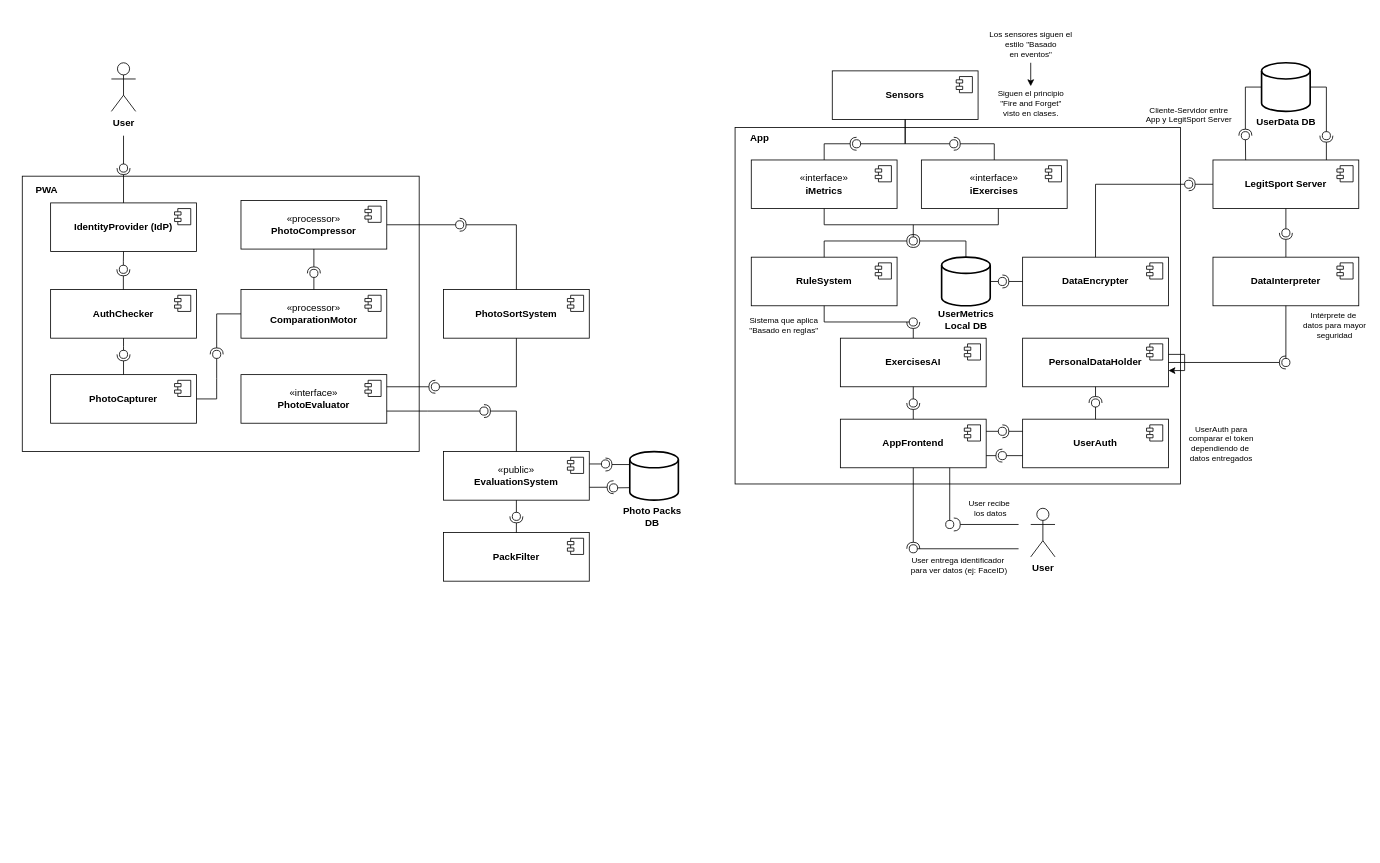
Above: Diagrama sin título.drawio in dgolzm/E1-2024-2 (draw.io), before the change. Source tidied: cells renumbered, new cells numbered last; positions are measured from the earlier drawing's top-left corner, leaving out a move shared by most shapes. Both pictures are drawn from the tidied source at 81%, with x=0, y=0 at pixel (14, 14).
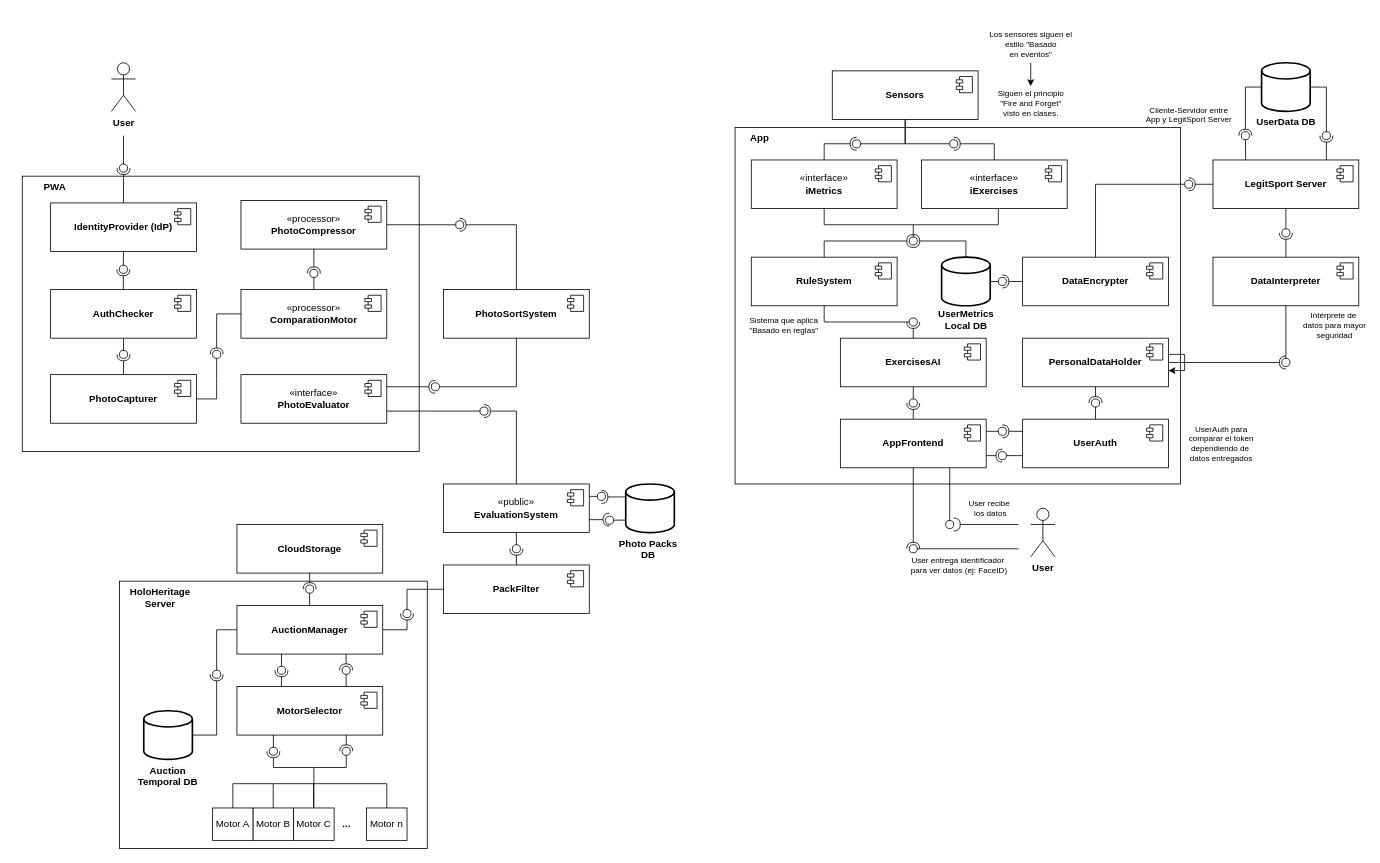
After the change.

What changed in the source:
```diff
@@
+    <mxCell id="139" style="html=1;whiteSpace=wrap;" parent="1" vertex="1">
+      <mxGeometry x="130" y="700" width="380" height="330" as="geometry" />
+    </mxCell>
@@
     <mxCell id="119" style="strokeWidth=2;html=1;shape=mxgraph.flowchart.database;whiteSpace=wrap;" parent="1" vertex="1">
-      <mxGeometry x="760" y="540" width="60" height="60" as="geometry" />
+      <mxGeometry x="755" y="580" width="60" height="60" as="geometry" />
     </mxCell>
     <mxCell id="120" style="rounded=0;orthogonalLoop=1;jettySize=auto;html=1;endArrow=oval;endFill=0;sketch=0;sourcePerimeterSpacing=0;targetPerimeterSpacing=0;endSize=10;exitX=1;exitY=0.25;exitDx=0;exitDy=0;" parent="1" edge="1">
       <mxGeometry relative="1" as="geometry">
-        <mxPoint x="710" y="555.3" as="sourcePoint" />
-        <mxPoint x="730" y="555.3" as="targetPoint" />
+        <mxPoint x="705" y="595.3" as="sourcePoint" />
+        <mxPoint x="725" y="595.3" as="targetPoint" />
         <Array as="points">
-          <mxPoint x="730" y="555.3" />
+          <mxPoint x="725" y="595.3" />
         </Array>
       </mxGeometry>
     </mxCell>
     <mxCell id="121" style="rounded=0;jettySize=auto;html=1;endArrow=halfCircle;endFill=0;endSize=6;strokeWidth=1;sketch=0;exitX=0;exitY=0.267;exitDx=0;exitDy=0;exitPerimeter=0;" parent="1" edge="1" source="119">
       <mxGeometry relative="1" as="geometry">
-        <mxPoint x="730" y="556" as="targetPoint" />
+        <mxPoint x="725" y="596" as="targetPoint" />
       </mxGeometry>
     </mxCell>
     <mxCell id="122" style="rounded=0;jettySize=auto;html=1;endArrow=oval;endFill=0;sketch=0;sourcePerimeterSpacing=0;targetPerimeterSpacing=0;endSize=10;exitX=-0.014;exitY=0.743;exitDx=0;exitDy=0;exitPerimeter=0;" parent="1" edge="1" source="119">
       <mxGeometry relative="1" as="geometry">
-        <mxPoint x="740" y="584.8" as="targetPoint" />
+        <mxPoint x="735" y="624.8" as="targetPoint" />
         <Array as="points">
-          <mxPoint x="740" y="584.8" />
+          <mxPoint x="735" y="624.8" />
         </Array>
       </mxGeometry>
     </mxCell>
     <mxCell id="123" style="rounded=0;orthogonalLoop=1;jettySize=auto;html=1;endArrow=halfCircle;endFill=0;endSize=6;strokeWidth=1;sketch=0;exitX=1;exitY=0.729;exitDx=0;exitDy=0;exitPerimeter=0;" parent="1" edge="1">
       <mxGeometry relative="1" as="geometry">
-        <mxPoint x="710" y="584.1" as="sourcePoint" />
-        <mxPoint x="740" y="584" as="targetPoint" />
+        <mxPoint x="705" y="624.1" as="sourcePoint" />
+        <mxPoint x="735" y="624" as="targetPoint" />
       </mxGeometry>
     </mxCell>
     <mxCell id="124" value="&lt;div&gt;«public»&lt;br&gt;&lt;/div&gt;&lt;b&gt;EvaluationSystem&lt;/b&gt;" style="html=1;whiteSpace=wrap;" parent="1" vertex="1">
-      <mxGeometry x="530" y="540" width="180" height="60" as="geometry" />
+      <mxGeometry x="530" y="580" width="180" height="60" as="geometry" />
     </mxCell>
@@
     <mxCell id="127" value="PWA" style="text;align=center;fontStyle=1;verticalAlign=middle;spacingLeft=3;spacingRight=3;strokeColor=none;html=1;" parent="1" vertex="1">
-      <mxGeometry y="204" width="80" height="26" as="geometry" />
+      <mxGeometry x="10" y="200" width="80" height="26" as="geometry" />
     </mxCell>
     <mxCell id="128" value="&lt;b&gt;PackFilter&lt;/b&gt;" style="html=1;whiteSpace=wrap;" parent="1" vertex="1">
-      <mxGeometry x="530" y="640" width="180" height="60" as="geometry" />
+      <mxGeometry x="530" y="680" width="180" height="60" as="geometry" />
     </mxCell>
@@
     <mxCell id="130" style="rounded=0;jettySize=auto;html=1;endArrow=halfCircle;endFill=0;endSize=6;strokeWidth=1;sketch=0;exitX=0.5;exitY=0;exitDx=0;exitDy=0;" parent="1" edge="1" source="128">
       <mxGeometry relative="1" as="geometry">
-        <mxPoint x="620" y="620" as="targetPoint" />
+        <mxPoint x="620" y="660" as="targetPoint" />
         <Array as="points">
-          <mxPoint x="620" y="620" />
+          <mxPoint x="620" y="660" />
         </Array>
       </mxGeometry>
     </mxCell>
     <mxCell id="131" style="rounded=0;jettySize=auto;html=1;endArrow=oval;endFill=0;sketch=0;sourcePerimeterSpacing=0;targetPerimeterSpacing=0;endSize=10;exitX=0.5;exitY=1;exitDx=0;exitDy=0;" parent="1" edge="1" source="124">
       <mxGeometry relative="1" as="geometry">
-        <mxPoint x="620" y="620" as="targetPoint" />
+        <mxPoint x="620" y="660" as="targetPoint" />
       </mxGeometry>
     </mxCell>
     <mxCell id="132" value="&lt;div style=&quot;text-align: center;&quot;&gt;&lt;span style=&quot;text-wrap: nowrap;&quot;&gt;&lt;b&gt;Photo Packs&lt;/b&gt;&lt;/span&gt;&lt;/div&gt;&lt;div style=&quot;text-align: center;&quot;&gt;&lt;span style=&quot;text-wrap: nowrap;&quot;&gt;&lt;b&gt;DB&lt;/b&gt;&lt;/span&gt;&lt;/div&gt;" style="text;whiteSpace=wrap;html=1;" parent="1" vertex="1">
-      <mxGeometry x="750" y="600" width="60" height="40" as="geometry" />
+      <mxGeometry x="745" y="640" width="60" height="40" as="geometry" />
     </mxCell>
@@
+    <mxCell id="140" style="rounded=0;jettySize=auto;html=1;endArrow=halfCircle;endFill=0;endSize=6;strokeWidth=1;sketch=0;exitX=1;exitY=0.5;exitDx=0;exitDy=0;" parent="1" edge="1" source="142">
+      <mxGeometry relative="1" as="geometry">
+        <mxPoint x="485" y="740" as="targetPoint" />
+        <Array as="points">
+          <mxPoint x="485" y="760" />
+        </Array>
+      </mxGeometry>
+    </mxCell>
+    <mxCell id="141" style="rounded=0;jettySize=auto;html=1;endArrow=oval;endFill=0;sketch=0;sourcePerimeterSpacing=0;targetPerimeterSpacing=0;endSize=10;exitX=0;exitY=0.5;exitDx=0;exitDy=0;" parent="1" edge="1" source="128">
+      <mxGeometry relative="1" as="geometry">
+        <mxPoint x="485" y="740" as="targetPoint" />
+        <Array as="points">
+          <mxPoint x="485" y="710" />
+        </Array>
+      </mxGeometry>
+    </mxCell>
+    <mxCell id="142" value="&lt;b&gt;AuctionManager&lt;/b&gt;" style="html=1;whiteSpace=wrap;" parent="1" vertex="1">
+      <mxGeometry x="275" y="730" width="180" height="60" as="geometry" />
+    </mxCell>
+    <mxCell id="143" style="shape=module;jettyWidth=8;jettyHeight=4;" parent="142" vertex="1">
+      <mxGeometry x="1" width="20" height="20" relative="1" as="geometry">
+        <mxPoint x="-27" y="7" as="offset" />
+      </mxGeometry>
+    </mxCell>
+    <mxCell id="144" style="strokeWidth=2;html=1;shape=mxgraph.flowchart.database;whiteSpace=wrap;" parent="1" vertex="1">
+      <mxGeometry x="160" y="860" width="60" height="60" as="geometry" />
+    </mxCell>
+    <mxCell id="145" style="rounded=0;jettySize=auto;html=1;endArrow=halfCircle;endFill=0;endSize=6;strokeWidth=1;sketch=0;exitX=1;exitY=0.5;exitDx=0;exitDy=0;exitPerimeter=0;" parent="1" edge="1" source="144" target="147">
+      <mxGeometry relative="1" as="geometry">
+        <Array as="points">
+          <mxPoint x="250" y="890" />
+        </Array>
+      </mxGeometry>
+    </mxCell>
+    <mxCell id="146" style="rounded=0;jettySize=auto;html=1;endArrow=oval;endFill=0;sketch=0;sourcePerimeterSpacing=0;targetPerimeterSpacing=0;endSize=10;exitX=0;exitY=0.5;exitDx=0;exitDy=0;" parent="1" edge="1" source="142" target="147">
+      <mxGeometry relative="1" as="geometry">
+        <Array as="points">
+          <mxPoint x="250" y="760" />
+        </Array>
+      </mxGeometry>
+    </mxCell>
+    <mxCell id="147" style="ellipse;whiteSpace=wrap;html=1;align=center;fillColor=none;strokeColor=none;perimeter=centerPerimeter;points=[];outlineConnect=1;" parent="1" vertex="1">
+      <mxGeometry x="245" y="810" width="10" height="10" as="geometry" />
+    </mxCell>
+    <mxCell id="148" value="&lt;b style=&quot;forced-color-adjust: none; color: rgb(0, 0, 0); font-family: Helvetica; font-size: 12px; font-style: normal; font-variant-ligatures: normal; font-variant-caps: normal; letter-spacing: normal; orphans: 2; text-indent: 0px; text-transform: none; widows: 2; word-spacing: 0px; -webkit-text-stroke-width: 0px; white-space: normal; background-color: rgb(251, 251, 251); text-decoration-thickness: initial; text-decoration-style: initial; text-decoration-color: initial;&quot;&gt;Auction&lt;/b&gt;&lt;div&gt;&lt;b style=&quot;forced-color-adjust: none; color: rgb(0, 0, 0); font-family: Helvetica; font-size: 12px; font-style: normal; font-variant-ligatures: normal; font-variant-caps: normal; letter-spacing: normal; orphans: 2; text-indent: 0px; text-transform: none; widows: 2; word-spacing: 0px; -webkit-text-stroke-width: 0px; white-space: normal; background-color: rgb(251, 251, 251); text-decoration-thickness: initial; text-decoration-style: initial; text-decoration-color: initial;&quot;&gt;Temporal DB&lt;/b&gt;&lt;/div&gt;" style="text;whiteSpace=wrap;html=1;align=center;" parent="1" vertex="1">
+      <mxGeometry x="140" y="920" width="100" height="40" as="geometry" />
+    </mxCell>
+    <mxCell id="149" value="HoloHeritage&lt;div&gt;Server&lt;/div&gt;" style="text;align=center;fontStyle=1;verticalAlign=middle;spacingLeft=3;spacingRight=3;strokeColor=none;html=1;" parent="1" vertex="1">
+      <mxGeometry x="130" y="700" width="100" height="40" as="geometry" />
+    </mxCell>
+    <mxCell id="150" value="&lt;b&gt;MotorSelector&lt;/b&gt;" style="html=1;whiteSpace=wrap;" parent="1" vertex="1">
+      <mxGeometry x="275" y="830" width="180" height="60" as="geometry" />
+    </mxCell>
+    <mxCell id="151" style="shape=module;jettyWidth=8;jettyHeight=4;" parent="150" vertex="1">
+      <mxGeometry x="1" width="20" height="20" relative="1" as="geometry">
+        <mxPoint x="-27" y="7" as="offset" />
+      </mxGeometry>
+    </mxCell>
+    <mxCell id="152" style="rounded=0;orthogonalLoop=1;jettySize=auto;html=1;endArrow=oval;endFill=0;sketch=0;sourcePerimeterSpacing=0;targetPerimeterSpacing=0;endSize=10;exitX=0.5;exitY=1;exitDx=0;exitDy=0;" parent="1" edge="1">
+      <mxGeometry relative="1" as="geometry">
+        <mxPoint x="330" y="790" as="sourcePoint" />
+        <mxPoint x="330" y="810" as="targetPoint" />
+      </mxGeometry>
+    </mxCell>
+    <mxCell id="153" style="rounded=0;orthogonalLoop=1;jettySize=auto;html=1;endArrow=halfCircle;endFill=0;endSize=6;strokeWidth=1;sketch=0;exitX=0.5;exitY=0;exitDx=0;exitDy=0;" parent="1" edge="1">
+      <mxGeometry relative="1" as="geometry">
+        <mxPoint x="330" y="830" as="sourcePoint" />
+        <mxPoint x="330" y="810" as="targetPoint" />
+        <Array as="points">
+          <mxPoint x="330" y="810" />
+        </Array>
+      </mxGeometry>
+    </mxCell>
+    <mxCell id="154" style="ellipse;whiteSpace=wrap;html=1;align=center;fillColor=none;strokeColor=none;perimeter=centerPerimeter;" parent="1" vertex="1">
+      <mxGeometry x="505" y="790" width="10" height="10" as="geometry" />
+    </mxCell>
+    <mxCell id="155" style="endArrow=none;html=1;rounded=0;" parent="1" edge="1">
+      <mxGeometry relative="1" as="geometry">
+        <mxPoint x="270" y="950" as="sourcePoint" />
+        <mxPoint x="460" y="950" as="targetPoint" />
+      </mxGeometry>
+    </mxCell>
+    <mxCell id="156" value="Motor A" style="html=1;whiteSpace=wrap;" parent="1" vertex="1">
+      <mxGeometry x="245" y="980" width="50" height="40" as="geometry" />
+    </mxCell>
+    <mxCell id="157" value="Motor B" style="html=1;whiteSpace=wrap;" parent="1" vertex="1">
+      <mxGeometry x="295" y="980" width="50" height="40" as="geometry" />
+    </mxCell>
+    <mxCell id="158" value="Motor C" style="html=1;whiteSpace=wrap;" parent="1" vertex="1">
+      <mxGeometry x="345" y="980" width="50" height="40" as="geometry" />
+    </mxCell>
+    <mxCell id="159" value="..." style="text;align=center;fontStyle=1;verticalAlign=middle;spacingLeft=3;spacingRight=3;strokeColor=none;html=1;" parent="1" vertex="1">
+      <mxGeometry x="370" y="987" width="80" height="26" as="geometry" />
+    </mxCell>
+    <mxCell id="160" value="Motor n" style="html=1;whiteSpace=wrap;" parent="1" vertex="1">
+      <mxGeometry x="435" y="980" width="50" height="40" as="geometry" />
+    </mxCell>
+    <mxCell id="161" style="endArrow=none;html=1;rounded=0;exitX=0.5;exitY=0;exitDx=0;exitDy=0;" parent="1" edge="1" source="156">
+      <mxGeometry relative="1" as="geometry">
+        <mxPoint x="270" y="950" as="targetPoint" />
+      </mxGeometry>
+    </mxCell>
+    <mxCell id="162" style="endArrow=none;html=1;rounded=0;exitX=0.5;exitY=0;exitDx=0;exitDy=0;" parent="1" edge="1" source="160">
+      <mxGeometry relative="1" as="geometry">
+        <mxPoint x="460" y="950" as="targetPoint" />
+      </mxGeometry>
+    </mxCell>
+    <mxCell id="163" style="endArrow=none;html=1;rounded=0;exitX=0.5;exitY=0;exitDx=0;exitDy=0;" parent="1" edge="1">
+      <mxGeometry relative="1" as="geometry">
+        <mxPoint x="369.6" y="980" as="sourcePoint" />
+        <mxPoint x="369.6" y="950" as="targetPoint" />
+      </mxGeometry>
+    </mxCell>
+    <mxCell id="164" style="endArrow=none;html=1;rounded=0;exitX=0.5;exitY=0;exitDx=0;exitDy=0;" parent="1" edge="1">
+      <mxGeometry relative="1" as="geometry">
+        <mxPoint x="319.8" y="980" as="sourcePoint" />
+        <mxPoint x="319.8" y="950" as="targetPoint" />
+      </mxGeometry>
+    </mxCell>
+    <mxCell id="165" style="endArrow=none;html=1;rounded=0;" parent="1" edge="1">
+      <mxGeometry relative="1" as="geometry">
+        <mxPoint x="370" y="980" as="sourcePoint" />
+        <mxPoint x="370" y="930" as="targetPoint" />
+      </mxGeometry>
+    </mxCell>
+    <mxCell id="166" style="endArrow=none;html=1;rounded=0;" parent="1" edge="1">
+      <mxGeometry relative="1" as="geometry">
+        <mxPoint x="320" y="930" as="sourcePoint" />
+        <mxPoint x="410" y="930" as="targetPoint" />
+      </mxGeometry>
+    </mxCell>
+    <mxCell id="167" style="rounded=0;orthogonalLoop=1;jettySize=auto;html=1;endArrow=halfCircle;endFill=0;endSize=6;strokeWidth=1;sketch=0;" parent="1" edge="1">
+      <mxGeometry relative="1" as="geometry">
+        <mxPoint x="320" y="930" as="sourcePoint" />
+        <mxPoint x="320" y="910" as="targetPoint" />
+      </mxGeometry>
+    </mxCell>
+    <mxCell id="168" style="rounded=0;jettySize=auto;html=1;endArrow=oval;endFill=0;sketch=0;sourcePerimeterSpacing=0;targetPerimeterSpacing=0;endSize=10;exitX=0.25;exitY=1;exitDx=0;exitDy=0;" parent="1" edge="1" source="150">
+      <mxGeometry relative="1" as="geometry">
+        <mxPoint x="320" y="910" as="targetPoint" />
+      </mxGeometry>
+    </mxCell>
+    <mxCell id="169" style="rounded=0;jettySize=auto;html=1;endArrow=halfCircle;endFill=0;endSize=6;strokeWidth=1;sketch=0;exitX=0.75;exitY=1;exitDx=0;exitDy=0;" parent="1" edge="1" source="150">
+      <mxGeometry relative="1" as="geometry">
+        <mxPoint x="410" y="910" as="targetPoint" />
+      </mxGeometry>
+    </mxCell>
+    <mxCell id="170" style="rounded=0;orthogonalLoop=1;jettySize=auto;html=1;endArrow=oval;endFill=0;sketch=0;sourcePerimeterSpacing=0;targetPerimeterSpacing=0;endSize=10;" parent="1" edge="1">
+      <mxGeometry relative="1" as="geometry">
+        <mxPoint x="410" y="930" as="sourcePoint" />
+        <mxPoint x="410" y="910" as="targetPoint" />
+      </mxGeometry>
+    </mxCell>
+    <mxCell id="171" style="ellipse;whiteSpace=wrap;html=1;align=center;fillColor=none;strokeColor=none;perimeter=centerPerimeter;" parent="1" vertex="1">
+      <mxGeometry x="165" y="930" width="10" height="10" as="geometry" />
+    </mxCell>
+    <mxCell id="172" style="rounded=0;orthogonalLoop=1;jettySize=auto;html=1;endArrow=oval;endFill=0;sketch=0;sourcePerimeterSpacing=0;targetPerimeterSpacing=0;endSize=10;exitX=0.722;exitY=0.007;exitDx=0;exitDy=0;exitPerimeter=0;" parent="1" edge="1">
+      <mxGeometry relative="1" as="geometry">
+        <mxPoint x="364.7" y="730.2" as="sourcePoint" />
+        <mxPoint x="364.8" y="709.8" as="targetPoint" />
+      </mxGeometry>
+    </mxCell>
+    <mxCell id="173" style="rounded=0;orthogonalLoop=1;jettySize=auto;html=1;endArrow=halfCircle;endFill=0;endSize=6;strokeWidth=1;sketch=0;" parent="1" edge="1">
+      <mxGeometry relative="1" as="geometry">
+        <mxPoint x="364.8" y="689.8" as="sourcePoint" />
+        <mxPoint x="364.8" y="709.8" as="targetPoint" />
+        <Array as="points">
+          <mxPoint x="364.8" y="709.8" />
+        </Array>
+      </mxGeometry>
+    </mxCell>
+    <mxCell id="174" value="&lt;b&gt;CloudStorage&lt;/b&gt;" style="html=1;whiteSpace=wrap;" parent="1" vertex="1">
+      <mxGeometry x="275" y="630" width="180" height="60" as="geometry" />
+    </mxCell>
+    <mxCell id="175" style="shape=module;jettyWidth=8;jettyHeight=4;" parent="174" vertex="1">
+      <mxGeometry x="1" width="20" height="20" relative="1" as="geometry">
+        <mxPoint x="-27" y="7" as="offset" />
+      </mxGeometry>
+    </mxCell>
+    <mxCell id="176" style="rounded=0;orthogonalLoop=1;jettySize=auto;html=1;endArrow=oval;endFill=0;sketch=0;sourcePerimeterSpacing=0;targetPerimeterSpacing=0;endSize=10;exitX=0.722;exitY=0.007;exitDx=0;exitDy=0;exitPerimeter=0;" parent="1" edge="1">
+      <mxGeometry relative="1" as="geometry">
+        <mxPoint x="409.8" y="830.4" as="sourcePoint" />
+        <mxPoint x="409.8" y="810" as="targetPoint" />
+      </mxGeometry>
+    </mxCell>
+    <mxCell id="177" style="rounded=0;orthogonalLoop=1;jettySize=auto;html=1;endArrow=halfCircle;endFill=0;endSize=6;strokeWidth=1;sketch=0;" parent="1" edge="1">
+      <mxGeometry relative="1" as="geometry">
+        <mxPoint x="409.8" y="790" as="sourcePoint" />
+        <mxPoint x="409.8" y="810" as="targetPoint" />
+        <Array as="points">
+          <mxPoint x="409.8" y="810" />
+        </Array>
+      </mxGeometry>
+    </mxCell>
```
